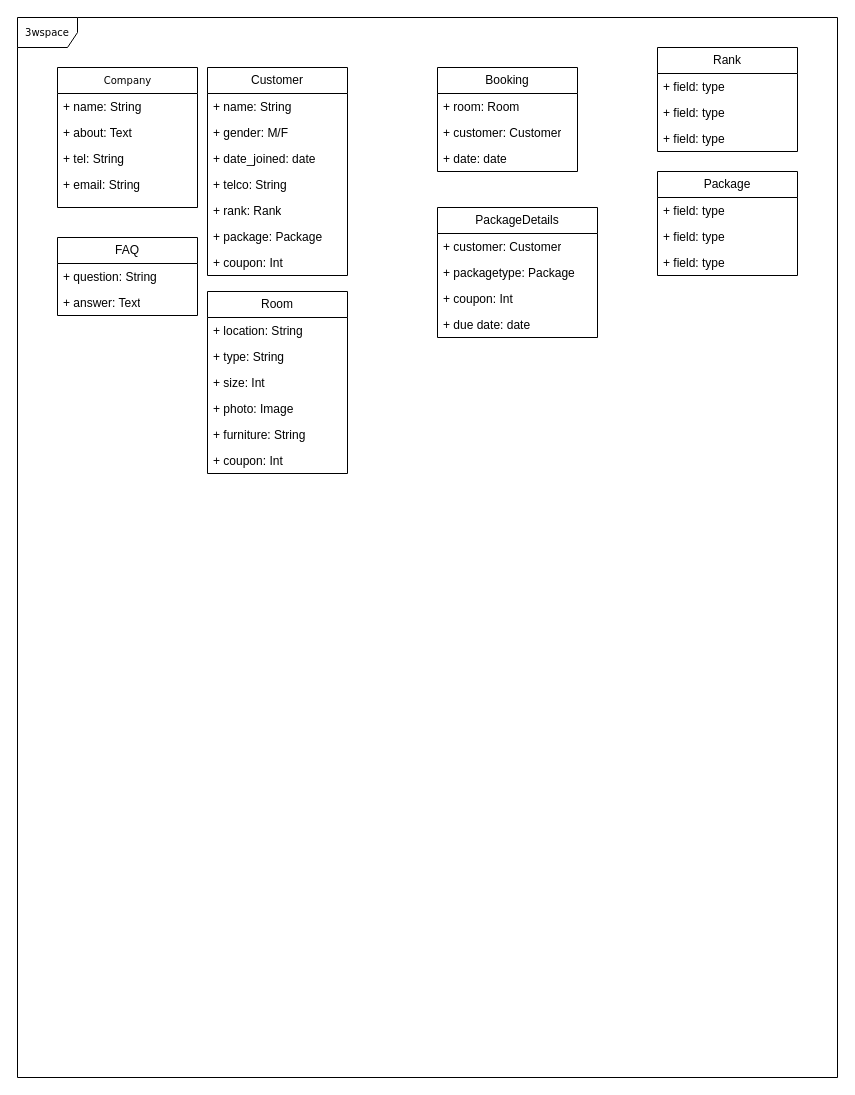
canytam/DjangoProject keeps this draw.io diagram as 3wspace.drawio. Above is the earlier version. Source tidied: cells renumbered, new cells numbered last; positions are measured from the earlier drawing's top-left corner, leaving out a move shared by most shapes. Both pictures are drawn from the tidied source at 100%, with x=0, y=0 at pixel (17, 17).
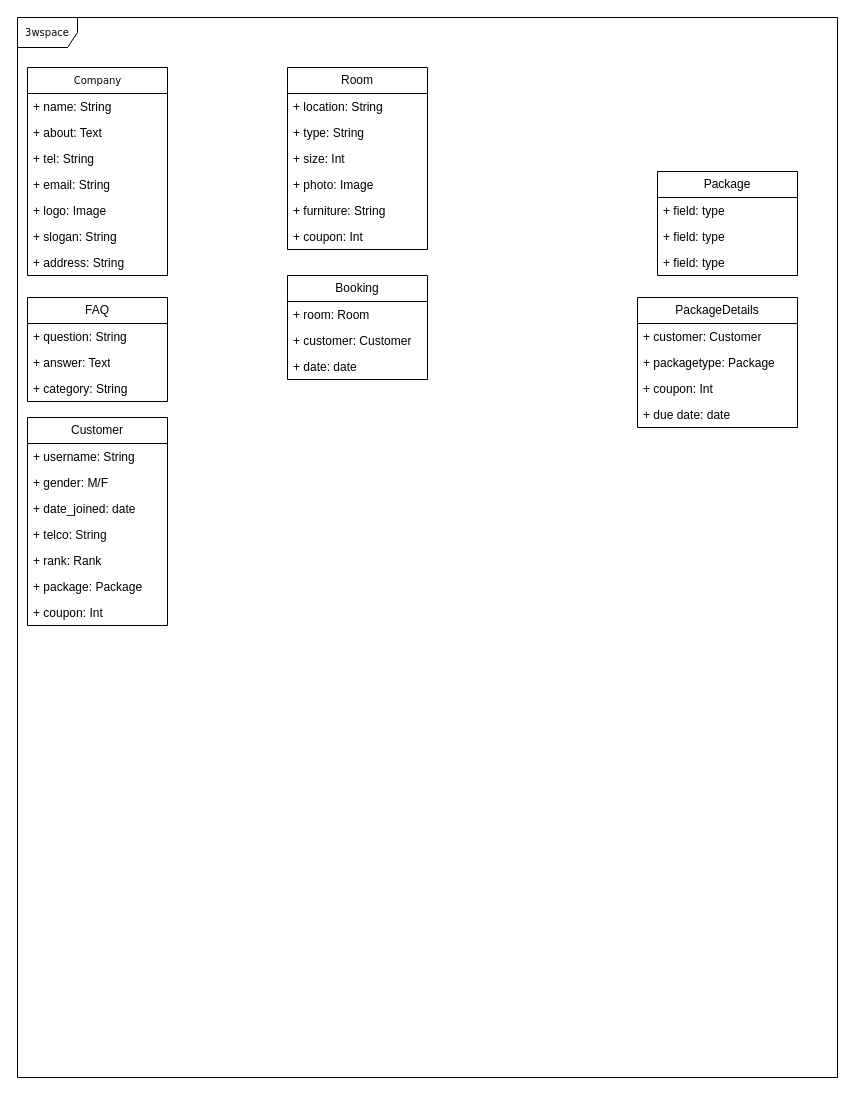
Above is the later version.

Change to the diagram source:
```diff
@@
     <mxCell id="3" value="Company" style="swimlane;html=1;fontStyle=0;horizontal=1;startSize=26;fillColor=none;swimlaneFillColor=#ffffff;rounded=0;shadow=0;comic=0;labelBackgroundColor=none;strokeWidth=1;fontFamily=Verdana;fontSize=10;align=center;" parent="1" vertex="1">
-      <mxGeometry x="40" y="50" width="140" height="140" as="geometry" />
+      <mxGeometry x="10" y="50" width="140" height="208" as="geometry" />
     </mxCell>
@@
+    <mxCell id="43" value="+ logo: Image" style="text;html=1;strokeColor=none;fillColor=none;align=left;verticalAlign=top;spacingLeft=4;spacingRight=4;whiteSpace=wrap;overflow=hidden;" parent="3" vertex="1">
+      <mxGeometry y="130" width="140" height="26" as="geometry" />
+    </mxCell>
+    <mxCell id="44" value="+ slogan: String" style="text;html=1;strokeColor=none;fillColor=none;align=left;verticalAlign=top;spacingLeft=4;spacingRight=4;whiteSpace=wrap;overflow=hidden;" parent="3" vertex="1">
+      <mxGeometry y="156" width="140" height="26" as="geometry" />
+    </mxCell>
+    <mxCell id="45" value="+ address: String" style="text;html=1;strokeColor=none;fillColor=none;align=left;verticalAlign=top;spacingLeft=4;spacingRight=4;whiteSpace=wrap;overflow=hidden;" parent="3" vertex="1">
+      <mxGeometry y="182" width="140" height="26" as="geometry" />
+    </mxCell>
     <mxCell id="8" value="FAQ" style="swimlane;fontStyle=0;horizontal=1;startSize=26;fillColor=none;whiteSpace=wrap;html=1;" parent="1" vertex="1">
-      <mxGeometry x="40" y="220" width="140" height="78" as="geometry" />
+      <mxGeometry x="10" y="280" width="140" height="104" as="geometry" />
     </mxCell>
@@
+    <mxCell id="46" value="+ category: String" style="text;strokeColor=none;fillColor=none;align=left;verticalAlign=top;spacingLeft=4;spacingRight=4;overflow=hidden;whiteSpace=wrap;html=1;" parent="8" vertex="1">
+      <mxGeometry y="78" width="140" height="26" as="geometry" />
+    </mxCell>
     <mxCell id="11" value="Customer" style="swimlane;fontStyle=0;horizontal=1;startSize=26;fillColor=none;whiteSpace=wrap;html=1;" parent="1" vertex="1">
-      <mxGeometry x="190" y="50" width="140" height="208" as="geometry" />
+      <mxGeometry x="10" y="400" width="140" height="208" as="geometry" />
     </mxCell>
-    <mxCell id="12" value="+ name: String" style="text;strokeColor=none;fillColor=none;align=left;verticalAlign=top;spacingLeft=4;spacingRight=4;overflow=hidden;whiteSpace=wrap;html=1;" parent="11" vertex="1">
+    <mxCell id="12" value="+ username: String" style="text;strokeColor=none;fillColor=none;align=left;verticalAlign=top;spacingLeft=4;spacingRight=4;overflow=hidden;whiteSpace=wrap;html=1;" parent="11" vertex="1">
       <mxGeometry y="26" width="140" height="26" as="geometry" />
     </mxCell>
@@
-    <mxCell id="19" value="Rank" style="swimlane;fontStyle=0;horizontal=1;startSize=26;fillColor=none;whiteSpace=wrap;html=1;" parent="1" vertex="1">
-      <mxGeometry x="640" y="30" width="140" height="104" as="geometry" />
-    </mxCell>
-    <mxCell id="20" value="+ field: type" style="text;strokeColor=none;fillColor=none;align=left;verticalAlign=top;spacingLeft=4;spacingRight=4;overflow=hidden;whiteSpace=wrap;html=1;" parent="19" vertex="1">
-      <mxGeometry y="26" width="140" height="26" as="geometry" />
-    </mxCell>
-    <mxCell id="21" value="+ field: type" style="text;strokeColor=none;fillColor=none;align=left;verticalAlign=top;spacingLeft=4;spacingRight=4;overflow=hidden;whiteSpace=wrap;html=1;" parent="19" vertex="1">
-      <mxGeometry y="52" width="140" height="26" as="geometry" />
-    </mxCell>
-    <mxCell id="22" value="+ field: type" style="text;strokeColor=none;fillColor=none;align=left;verticalAlign=top;spacingLeft=4;spacingRight=4;overflow=hidden;whiteSpace=wrap;html=1;" parent="19" vertex="1">
-      <mxGeometry y="78" width="140" height="26" as="geometry" />
-    </mxCell>
@@
     <mxCell id="27" value="Booking" style="swimlane;fontStyle=0;horizontal=1;startSize=26;fillColor=none;whiteSpace=wrap;html=1;fillOpacity=100;" parent="1" vertex="1">
-      <mxGeometry x="420" y="50" width="140" height="104" as="geometry" />
+      <mxGeometry x="270" y="258" width="140" height="104" as="geometry" />
     </mxCell>
@@
     <mxCell id="31" value="Room" style="swimlane;fontStyle=0;horizontal=1;startSize=26;fillColor=none;whiteSpace=wrap;html=1;" parent="1" vertex="1">
-      <mxGeometry x="190" y="274" width="140" height="182" as="geometry" />
+      <mxGeometry x="270" y="50" width="140" height="182" as="geometry" />
     </mxCell>
@@
     <mxCell id="38" value="PackageDetails" style="swimlane;fontStyle=0;horizontal=1;startSize=26;fillColor=none;whiteSpace=wrap;html=1;" parent="1" vertex="1">
-      <mxGeometry x="420" y="190" width="160" height="130" as="geometry" />
+      <mxGeometry x="620" y="280" width="160" height="130" as="geometry" />
     </mxCell>
```
